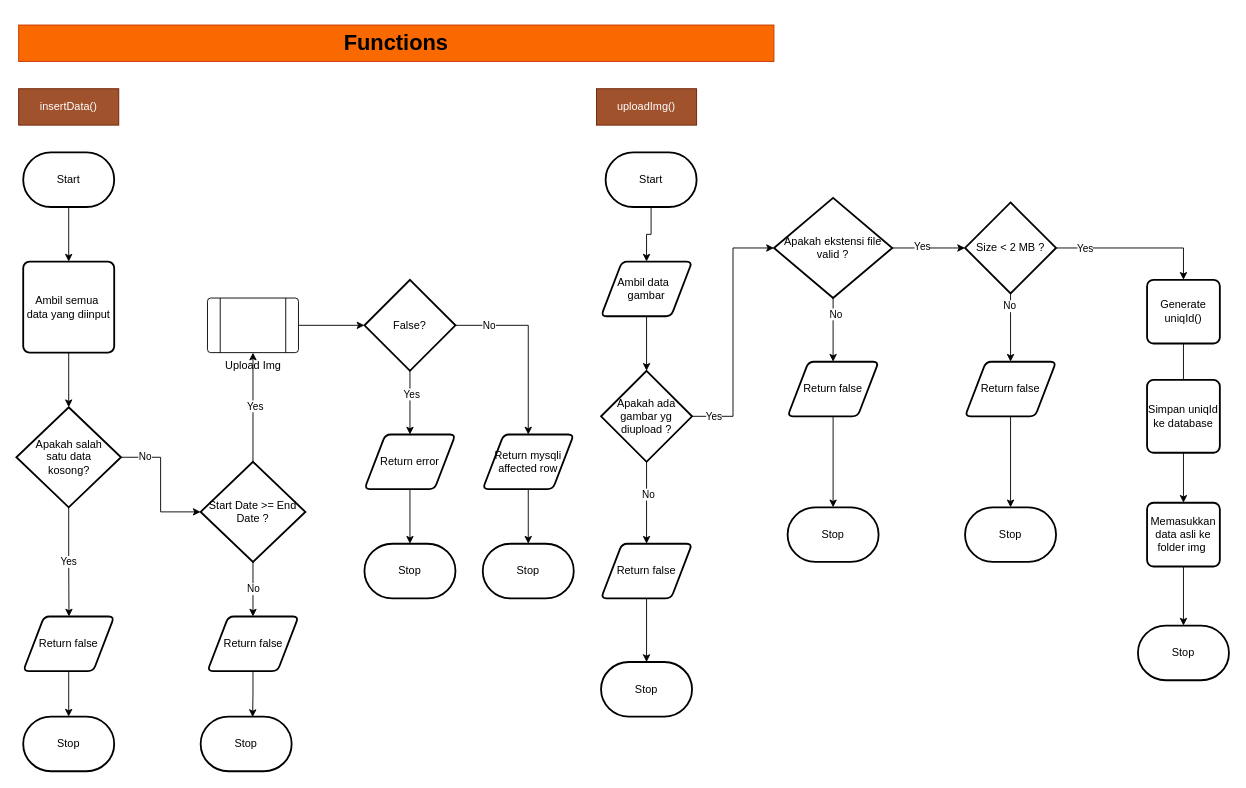
Farhan-Nawwafal/flowcharts-algorithm keeps this draw.io diagram as page "functions" (2 of 2) of Algorithm Booking-System.drawio. Above is the earlier version. Source tidied: cells renumbered, new cells numbered last; positions are measured from the earlier drawing's top-left corner, leaving out a move shared by most shapes. Both pictures are drawn from the tidied source at 91%, with x=0, y=0 at pixel (16, 25).
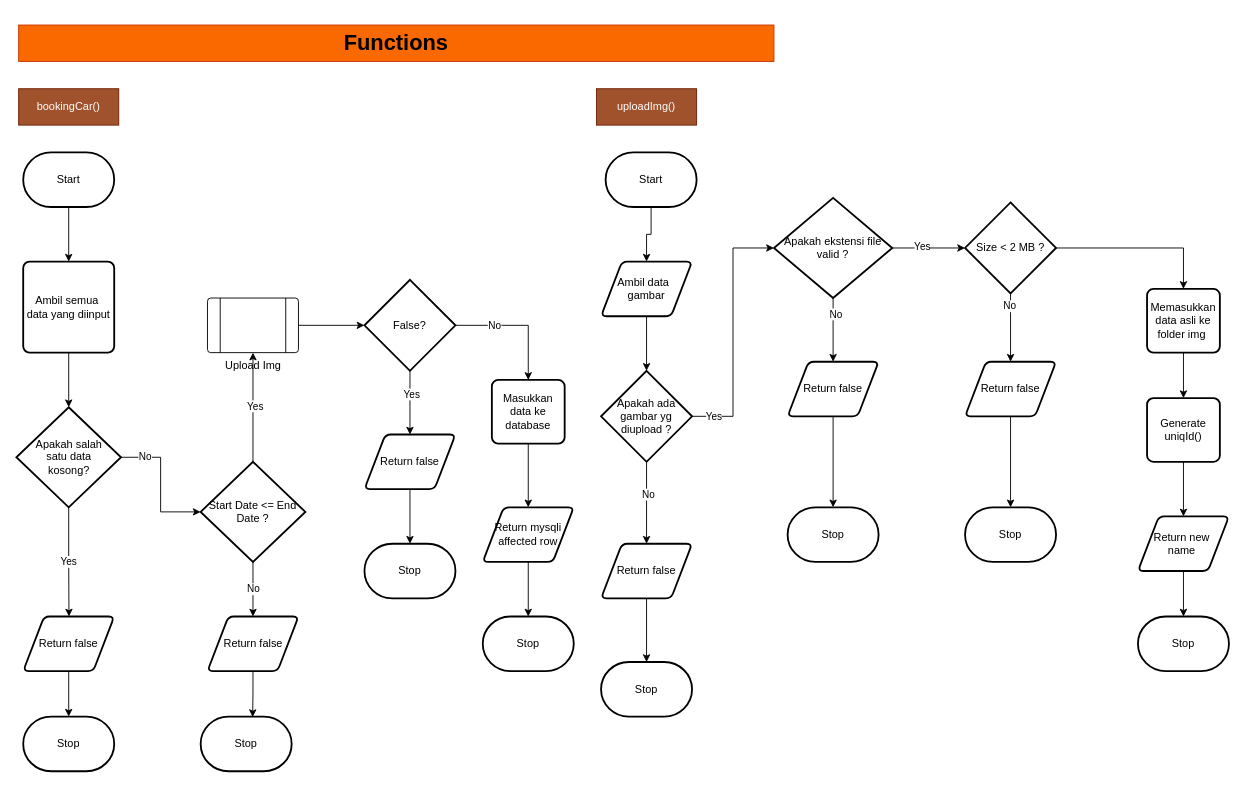
Above is the later version.

The change refers to these unchanged cells:
```xml
<mxCell id="44" value="Size &amp;lt; 2 MB ?" style="strokeWidth=2;html=1;shape=mxgraph.flowchart.decision;whiteSpace=wrap;" parent="1" vertex="1">
  <mxGeometry x="1042" y="195" width="100" height="100" as="geometry" />
</mxCell>
<mxCell id="59" value="False?" style="strokeWidth=2;html=1;shape=mxgraph.flowchart.decision;whiteSpace=wrap;" parent="1" vertex="1">
  <mxGeometry x="382" y="280" width="100" height="100" as="geometry" />
</mxCell>
```

What changed in the source:
```diff
@@
-    <mxCell id="3" value="insertData()" style="rounded=0;whiteSpace=wrap;html=1;fillColor=#a0522d;strokeColor=#6D1F00;fontColor=#ffffff;" parent="1" vertex="1">
+    <mxCell id="3" value="bookingCar()" style="rounded=0;whiteSpace=wrap;html=1;fillColor=#a0522d;strokeColor=#6D1F00;fontColor=#ffffff;" parent="1" vertex="1">
       <mxGeometry x="2" y="70" width="110" height="40" as="geometry" />
     </mxCell>
@@
-    <mxCell id="16" value="Start Date &amp;gt;= End Date ?" style="strokeWidth=2;html=1;shape=mxgraph.flowchart.decision;whiteSpace=wrap;" parent="1" vertex="1">
+    <mxCell id="16" value="Start Date &amp;lt;= End Date ?" style="strokeWidth=2;html=1;shape=mxgraph.flowchart.decision;whiteSpace=wrap;" parent="1" vertex="1">
       <mxGeometry x="202" y="480" width="115" height="110" as="geometry" />
     </mxCell>
@@
-    <mxCell id="42" style="edgeStyle=orthogonalEdgeStyle;rounded=0;jettySize=auto;html=1;entryX=0.5;entryY=0;entryDx=0;entryDy=0;" parent="1" edge="1" source="44" target="51">
-      <mxGeometry relative="1" as="geometry" />
-    </mxCell>
-    <mxCell id="43" value="Yes" style="edgeLabel;html=1;align=center;verticalAlign=middle;" parent="42" vertex="1">
-      <mxGeometry x="-0.65" relative="1" as="geometry" />
-    </mxCell>
+    <mxCell id="71" style="edgeStyle=orthogonalEdgeStyle;rounded=0;jettySize=auto;html=1;entryX=0.5;entryY=0;entryDx=0;entryDy=0;" parent="1" edge="1" source="44" target="70">
+      <mxGeometry relative="1" as="geometry" />
+    </mxCell>
@@
-    <mxCell id="50" style="edgeStyle=orthogonalEdgeStyle;rounded=0;jettySize=auto;html=1;" parent="1" edge="1" source="51">
-      <mxGeometry relative="1" as="geometry">
-        <mxPoint x="1282" y="470" as="targetPoint" />
-      </mxGeometry>
-    </mxCell>
+    <mxCell id="72" style="edgeStyle=orthogonalEdgeStyle;rounded=0;jettySize=auto;html=1;entryX=0.5;entryY=0;entryDx=0;entryDy=0;" parent="1" edge="1" source="51" target="77">
+      <mxGeometry relative="1" as="geometry" />
+    </mxCell>
     <mxCell id="51" value="Generate uniqId()" style="rounded=1;whiteSpace=wrap;html=1;absoluteArcSize=1;arcSize=14;strokeWidth=2;" parent="1" vertex="1">
-      <mxGeometry x="1242" y="280" width="80" height="70" as="geometry" />
+      <mxGeometry x="1242" y="410" width="80" height="70" as="geometry" />
     </mxCell>
-    <mxCell id="52" style="edgeStyle=orthogonalEdgeStyle;rounded=0;jettySize=auto;html=1;entryX=0.5;entryY=0;entryDx=0;entryDy=0;" parent="1" edge="1" source="53" target="70">
-      <mxGeometry relative="1" as="geometry" />
-    </mxCell>
-    <mxCell id="53" value="Simpan uniqId&lt;div&gt;ke database&lt;/div&gt;" style="rounded=1;whiteSpace=wrap;html=1;absoluteArcSize=1;arcSize=14;strokeWidth=2;" parent="1" vertex="1">
-      <mxGeometry x="1242" y="390" width="80" height="80" as="geometry" />
-    </mxCell>
-    <mxCell id="54" value="Stop" style="strokeWidth=2;html=1;shape=mxgraph.flowchart.terminator;whiteSpace=wrap;" parent="1" vertex="1">
-      <mxGeometry x="1232" y="660" width="100" height="60" as="geometry" />
-    </mxCell>
@@
-    <mxCell id="57" style="edgeStyle=orthogonalEdgeStyle;rounded=0;jettySize=auto;html=1;" parent="1" edge="1" source="59" target="65">
-      <mxGeometry relative="1" as="geometry" />
-    </mxCell>
+    <mxCell id="73" style="edgeStyle=orthogonalEdgeStyle;rounded=0;jettySize=auto;html=1;exitX=1;exitY=0.5;exitDx=0;exitDy=0;exitPerimeter=0;entryX=0.5;entryY=0;entryDx=0;entryDy=0;" parent="1" edge="1" source="59" target="76">
+      <mxGeometry relative="1" as="geometry" />
+    </mxCell>
-    <mxCell id="58" value="No" style="edgeLabel;html=1;align=center;verticalAlign=middle;" parent="57" vertex="1">
-      <mxGeometry x="-0.64" y="1" relative="1" as="geometry" />
+    <mxCell id="58" value="No" style="edgeLabel;html=1;align=center;verticalAlign=middle;" parent="73" vertex="1">
+      <mxGeometry x="-0.4" relative="1" as="geometry" />
     </mxCell>
@@
-    <mxCell id="62" value="Return error" style="shape=parallelogram;html=1;strokeWidth=2;perimeter=parallelogramPerimeter;whiteSpace=wrap;rounded=1;arcSize=12;size=0.23;" parent="1" vertex="1">
+    <mxCell id="62" value="Return false" style="shape=parallelogram;html=1;strokeWidth=2;perimeter=parallelogramPerimeter;whiteSpace=wrap;rounded=1;arcSize=12;size=0.23;" parent="1" vertex="1">
       <mxGeometry x="382" y="450" width="100" height="60" as="geometry" />
     </mxCell>
@@
     <mxCell id="65" value="Return mysqli&lt;div&gt;affected row&lt;/div&gt;" style="shape=parallelogram;html=1;strokeWidth=2;perimeter=parallelogramPerimeter;whiteSpace=wrap;rounded=1;arcSize=12;size=0.23;" parent="1" vertex="1">
-      <mxGeometry x="512" y="450" width="100" height="60" as="geometry" />
+      <mxGeometry x="512" y="530" width="100" height="60" as="geometry" />
     </mxCell>
     <mxCell id="66" value="Stop" style="strokeWidth=2;html=1;shape=mxgraph.flowchart.terminator;whiteSpace=wrap;" parent="1" vertex="1">
-      <mxGeometry x="512" y="570" width="100" height="60" as="geometry" />
+      <mxGeometry x="512" y="650" width="100" height="60" as="geometry" />
     </mxCell>
@@
-    <mxCell id="69" style="edgeStyle=orthogonalEdgeStyle;rounded=0;jettySize=auto;html=1;" parent="1" edge="1" source="70" target="54">
-      <mxGeometry relative="1" as="geometry" />
-    </mxCell>
+    <mxCell id="74" style="edgeStyle=orthogonalEdgeStyle;rounded=0;jettySize=auto;html=1;" parent="1" edge="1" source="70" target="51">
+      <mxGeometry relative="1" as="geometry" />
+    </mxCell>
     <mxCell id="70" value="Memasukkan&lt;div&gt;data asli ke&lt;/div&gt;&lt;div&gt;folder img&amp;nbsp;&lt;/div&gt;" style="rounded=1;whiteSpace=wrap;html=1;absoluteArcSize=1;arcSize=14;strokeWidth=2;" parent="1" vertex="1">
-      <mxGeometry x="1242" y="525" width="80" height="70" as="geometry" />
+      <mxGeometry x="1242" y="290" width="80" height="70" as="geometry" />
     </mxCell>
+    <mxCell id="75" style="edgeStyle=orthogonalEdgeStyle;rounded=0;jettySize=auto;html=1;entryX=0.5;entryY=0;entryDx=0;entryDy=0;" parent="1" edge="1" source="76" target="65">
+      <mxGeometry relative="1" as="geometry" />
+    </mxCell>
+    <mxCell id="76" value="Masukkan data ke database" style="rounded=1;whiteSpace=wrap;html=1;absoluteArcSize=1;arcSize=14;strokeWidth=2;" parent="1" vertex="1">
+      <mxGeometry x="522" y="390" width="80" height="70" as="geometry" />
+    </mxCell>
+    <mxCell id="77" value="Return new&amp;nbsp;&lt;div&gt;name&amp;nbsp;&lt;/div&gt;" style="shape=parallelogram;html=1;strokeWidth=2;perimeter=parallelogramPerimeter;whiteSpace=wrap;rounded=1;arcSize=12;size=0.23;" parent="1" vertex="1">
+      <mxGeometry x="1232" y="540" width="100" height="60" as="geometry" />
+    </mxCell>
+    <mxCell id="54" value="Stop" style="strokeWidth=2;html=1;shape=mxgraph.flowchart.terminator;whiteSpace=wrap;" parent="1" vertex="1">
+      <mxGeometry x="1232" y="650" width="100" height="60" as="geometry" />
+    </mxCell>
+    <mxCell id="78" style="edgeStyle=orthogonalEdgeStyle;rounded=0;jettySize=auto;html=1;entryX=0.5;entryY=0;entryDx=0;entryDy=0;entryPerimeter=0;" parent="1" edge="1" source="77" target="54">
+      <mxGeometry relative="1" as="geometry" />
+    </mxCell>
```
